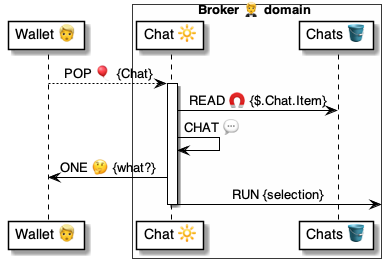
pollyweb-org/pollyweb-docs keeps this PlantUML diagram as 4 ⚙️ Solution/20 🧑‍🦰 UI/Brokers 🤵/🤵🔆 Broker locators/PopChat 🔆/Chat/🤵 PopChat ⚙️ uml.png. Above is the earlier version. Its source is kept beside it as 4 ⚙️ Solution/20 🧑‍🦰 UI/Brokers 🤵/🤵🔆 Broker locators/PopChat 🔆/Chat/🤵 PopChat ⚙️ uml.puml.
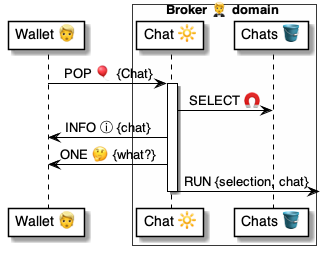
After the change.

The edit, as a diff of the source:
```diff
@@ -6,14 +6,14 @@
     participant "Chats 🪣" as chats
 end box
 
-wallet --> popped: POP 🎈 {Chat}
+wallet -> popped: POP 🎈 {Chat}
 
 
 activate popped
-    popped -> chats: READ 🧲 {$.Chat.Item}
-    popped -> popped: CHAT 💬
+    popped -> chats: SELECT 🧲
+    popped -> wallet: INFO ⓘ {chat}
     popped -> wallet: ONE 🤔 {what?}
-    popped -> : RUN {selection}
+    popped -> : RUN {selection, chat}
 deactivate popped
 
 @enduml
```
